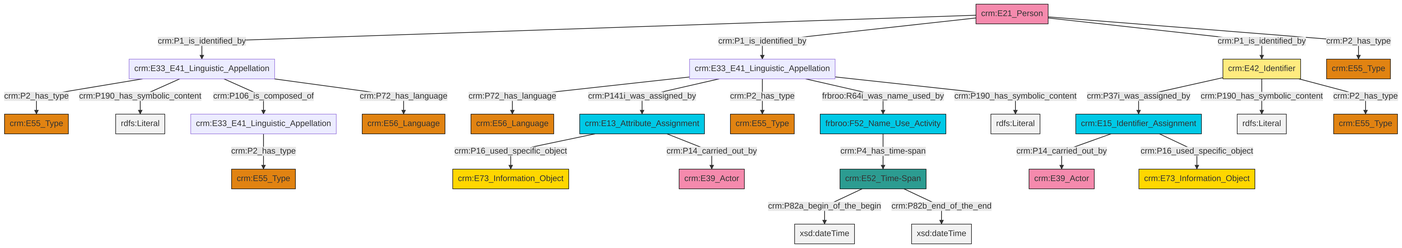
This is et/personCSV/ttl/mmd/png/Person_Names_and_Classification.png from swiss-art-research-net/reference-data-models, a Mermaid export, as it was before one commit. Its source is kept beside it as et/personCSV/ttl/mmd/Person_Names_and_Classification.ttl.mmd.
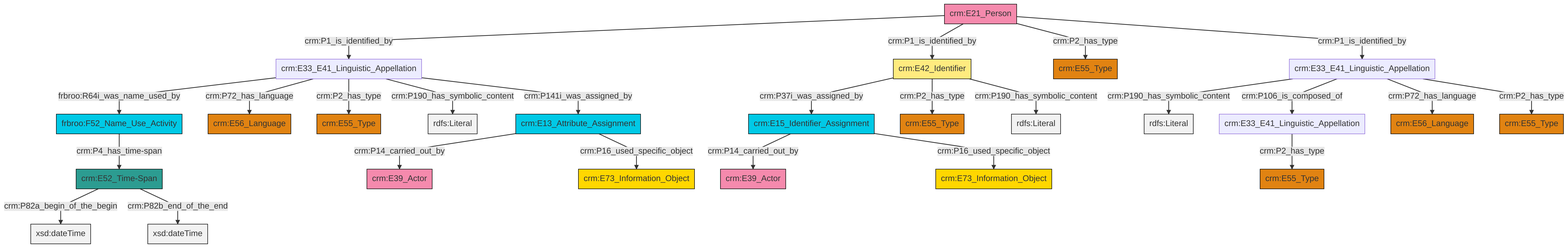
After the commit.

The edit, as a diff of the source:
```diff
@@ -13,27 +13,27 @@
 classDef PC_Classes fill:#4ce600, stroke:#000000;
 classDef Multi fill:#cccccc,stroke:#000000;
 
-6["crm:E21_Person"]:::Actor -->|crm:P1_is_identified_by| 7["crm:E33_E41_Linguistic_Appellation"]:::Default
-8["crm:E13_Attribute_Assignment"]:::Temporal_Entity -->|crm:P16_used_specific_object| 9["crm:E73_Information_Object"]:::Conceptual_Object
-10["crm:E33_E41_Linguistic_Appellation"]:::Default -->|crm:P72_has_language| 11["crm:E56_Language"]:::Type
-13["crm:E42_Identifier"]:::Appellation -->|crm:P37i_was_assigned_by| 14["crm:E15_Identifier_Assignment"]:::Temporal_Entity
-7["crm:E33_E41_Linguistic_Appellation"]:::Default -->|crm:P2_has_type| 15["crm:E55_Type"]:::Type
-14["crm:E15_Identifier_Assignment"]:::Temporal_Entity -->|crm:P14_carried_out_by| 18["crm:E39_Actor"]:::Actor
-6["crm:E21_Person"]:::Actor -->|crm:P1_is_identified_by| 10["crm:E33_E41_Linguistic_Appellation"]:::Default
-13["crm:E42_Identifier"]:::Appellation -->|crm:P190_has_symbolic_content| 24[rdfs:Literal]:::Literal
-6["crm:E21_Person"]:::Actor -->|crm:P1_is_identified_by| 13["crm:E42_Identifier"]:::Appellation
-7["crm:E33_E41_Linguistic_Appellation"]:::Default -->|crm:P190_has_symbolic_content| 29[rdfs:Literal]:::Literal
-10["crm:E33_E41_Linguistic_Appellation"]:::Default -->|crm:P141i_was_assigned_by| 8["crm:E13_Attribute_Assignment"]:::Temporal_Entity
-0["crm:E33_E41_Linguistic_Appellation"]:::Default -->|crm:P2_has_type| 31["crm:E55_Type"]:::Type
-14["crm:E15_Identifier_Assignment"]:::Temporal_Entity -->|crm:P16_used_specific_object| 27["crm:E73_Information_Object"]:::Conceptual_Object
-6["crm:E21_Person"]:::Actor -->|crm:P2_has_type| 32["crm:E55_Type"]:::Type
-2["crm:E52_Time-Span"]:::Time-Span -->|crm:P82a_begin_of_the_begin| 33[xsd:dateTime]:::Literal
-2["crm:E52_Time-Span"]:::Time-Span -->|crm:P82b_end_of_the_end| 35[xsd:dateTime]:::Literal
-36["frbroo:F52_Name_Use_Activity"]:::Temporal_Entity -->|crm:P4_has_time-span| 2["crm:E52_Time-Span"]:::Time-Span
-10["crm:E33_E41_Linguistic_Appellation"]:::Default -->|crm:P2_has_type| 20["crm:E55_Type"]:::Type
-8["crm:E13_Attribute_Assignment"]:::Temporal_Entity -->|crm:P14_carried_out_by| 25["crm:E39_Actor"]:::Actor
-13["crm:E42_Identifier"]:::Appellation -->|crm:P2_has_type| 4["crm:E55_Type"]:::Type
-7["crm:E33_E41_Linguistic_Appellation"]:::Default -->|crm:P106_is_composed_of| 0["crm:E33_E41_Linguistic_Appellation"]:::Default
-10["crm:E33_E41_Linguistic_Appellation"]:::Default -->|frbroo:R64i_was_name_used_by| 36["frbroo:F52_Name_Use_Activity"]:::Temporal_Entity
-10["crm:E33_E41_Linguistic_Appellation"]:::Default -->|crm:P190_has_symbolic_content| 42[rdfs:Literal]:::Literal
-7["crm:E33_E41_Linguistic_Appellation"]:::Default -->|crm:P72_has_language| 43["crm:E56_Language"]:::Type
+2["crm:E21_Person"]:::Actor -->|crm:P1_is_identified_by| 3["crm:E33_E41_Linguistic_Appellation"]:::Default
+2["crm:E21_Person"]:::Actor -->|crm:P1_is_identified_by| 4["crm:E42_Identifier"]:::Appellation
+2["crm:E21_Person"]:::Actor -->|crm:P2_has_type| 5["crm:E55_Type"]:::Type
+3["crm:E33_E41_Linguistic_Appellation"]:::Default -->|frbroo:R64i_was_name_used_by| 6["frbroo:F52_Name_Use_Activity"]:::Temporal_Entity
+7["crm:E33_E41_Linguistic_Appellation"]:::Default -->|crm:P2_has_type| 8["crm:E55_Type"]:::Type
+13["crm:E15_Identifier_Assignment"]:::Temporal_Entity -->|crm:P14_carried_out_by| 14["crm:E39_Actor"]:::Actor
+15["crm:E33_E41_Linguistic_Appellation"]:::Default -->|crm:P190_has_symbolic_content| 16[rdfs:Literal]:::Literal
+20["crm:E13_Attribute_Assignment"]:::Temporal_Entity -->|crm:P14_carried_out_by| 11["crm:E39_Actor"]:::Actor
+4["crm:E42_Identifier"]:::Appellation -->|crm:P37i_was_assigned_by| 13["crm:E15_Identifier_Assignment"]:::Temporal_Entity
+15["crm:E33_E41_Linguistic_Appellation"]:::Default -->|crm:P106_is_composed_of| 7["crm:E33_E41_Linguistic_Appellation"]:::Default
+6["frbroo:F52_Name_Use_Activity"]:::Temporal_Entity -->|crm:P4_has_time-span| 9["crm:E52_Time-Span"]:::Time-Span
+4["crm:E42_Identifier"]:::Appellation -->|crm:P2_has_type| 29["crm:E55_Type"]:::Type
+13["crm:E15_Identifier_Assignment"]:::Temporal_Entity -->|crm:P16_used_specific_object| 30["crm:E73_Information_Object"]:::Conceptual_Object
+3["crm:E33_E41_Linguistic_Appellation"]:::Default -->|crm:P72_has_language| 0["crm:E56_Language"]:::Type
+15["crm:E33_E41_Linguistic_Appellation"]:::Default -->|crm:P72_has_language| 21["crm:E56_Language"]:::Type
+20["crm:E13_Attribute_Assignment"]:::Temporal_Entity -->|crm:P16_used_specific_object| 34["crm:E73_Information_Object"]:::Conceptual_Object
+3["crm:E33_E41_Linguistic_Appellation"]:::Default -->|crm:P2_has_type| 26["crm:E55_Type"]:::Type
+9["crm:E52_Time-Span"]:::Time-Span -->|crm:P82a_begin_of_the_begin| 35[xsd:dateTime]:::Literal
+9["crm:E52_Time-Span"]:::Time-Span -->|crm:P82b_end_of_the_end| 36[xsd:dateTime]:::Literal
+15["crm:E33_E41_Linguistic_Appellation"]:::Default -->|crm:P2_has_type| 17["crm:E55_Type"]:::Type
+4["crm:E42_Identifier"]:::Appellation -->|crm:P190_has_symbolic_content| 39[rdfs:Literal]:::Literal
+3["crm:E33_E41_Linguistic_Appellation"]:::Default -->|crm:P190_has_symbolic_content| 41[rdfs:Literal]:::Literal
+2["crm:E21_Person"]:::Actor -->|crm:P1_is_identified_by| 15["crm:E33_E41_Linguistic_Appellation"]:::Default
+3["crm:E33_E41_Linguistic_Appellation"]:::Default -->|crm:P141i_was_assigned_by| 20["crm:E13_Attribute_Assignment"]:::Temporal_Entity
```
